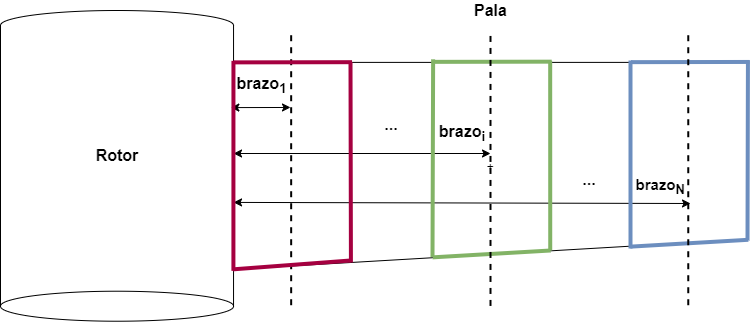
Earlier version of the draw.io export images/explicación brazo.png (josfer98/TFG_turbinas_eolicas). Source tidied: cells renumbered, new cells last; positions are measured from the earlier drawing's top-left corner, leaving out a move shared by most shapes.
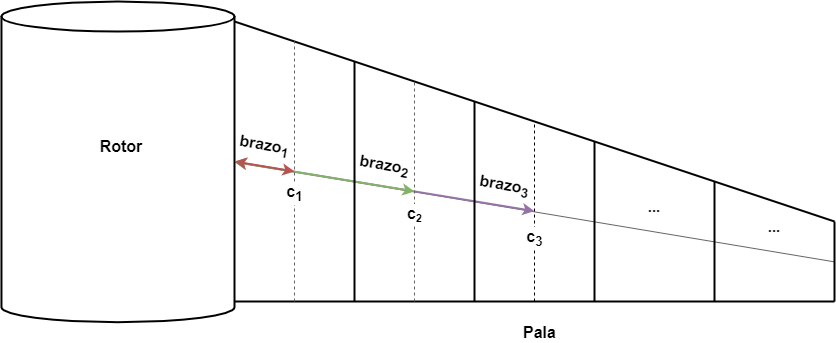
After the change.

Commit message:
Correcciones reu, en rojo por arreglar

Diff of the diagram source:
```diff
@@ -2,138 +2,125 @@
   <root>
     <mxCell id="0" />
     <mxCell id="1" parent="0" />
+    <mxCell id="29" style="endArrow=none;html=1;rounded=0;exitX=1;exitY=0.5;exitDx=0;exitDy=0;exitPerimeter=0;fillColor=#f5f5f5;strokeColor=#666666;" parent="1" edge="1" source="2">
+      <mxGeometry relative="1" as="geometry">
+        <mxPoint x="830" y="270.4" as="targetPoint" />
+      </mxGeometry>
+    </mxCell>
+    <mxCell id="30" style="endArrow=classic;startArrow=classic;html=1;rounded=0;strokeWidth=2;exitX=1;exitY=0.5;exitDx=0;exitDy=0;exitPerimeter=0;fillColor=#e1d5e7;strokeColor=#9673a6;" parent="1" edge="1" source="2">
+      <mxGeometry relative="1" as="geometry">
+        <mxPoint x="530" y="219.6" as="targetPoint" />
+      </mxGeometry>
+    </mxCell>
+    <mxCell id="31" style="endArrow=classic;startArrow=classic;html=1;rounded=0;strokeWidth=2;exitX=1;exitY=0.5;exitDx=0;exitDy=0;exitPerimeter=0;fillColor=#d5e8d4;strokeColor=#82b366;" parent="1" edge="1" source="2">
+      <mxGeometry relative="1" as="geometry">
+        <mxPoint x="410" y="200" as="targetPoint" />
+      </mxGeometry>
+    </mxCell>
-    <mxCell id="2" style="shape=cylinder3;whiteSpace=wrap;html=1;boundedLbl=1;backgroundOutline=1;size=15;rotation=-180;" parent="1" vertex="1">
-      <mxGeometry y="10" width="233" height="310.7" as="geometry" />
+    <mxCell id="2" style="shape=cylinder3;whiteSpace=wrap;html=1;boundedLbl=1;backgroundOutline=1;size=15;rotation=0;strokeWidth=2;" parent="1" vertex="1">
+      <mxGeometry x="-3" y="10" width="233" height="320.7" as="geometry" />
     </mxCell>
-    <mxCell id="3" value="+" style="shape=manualInput;whiteSpace=wrap;html=1;rotation=-180;" parent="1" vertex="1">
-      <mxGeometry x="233" y="61.9" width="514.1" height="206.9" as="geometry" />
-    </mxCell>
-    <mxCell id="4" style="endArrow=none;dashed=1;html=1;strokeWidth=2;rounded=0;" parent="1" edge="1">
-      <mxGeometry relative="1" as="geometry">
-        <mxPoint x="290.7" y="304.7" as="sourcePoint" />
-        <mxPoint x="290.7" y="30.6" as="targetPoint" />
-      </mxGeometry>
-    </mxCell>
-    <mxCell id="5" style="endArrow=classic;startArrow=classic;html=1;rounded=0;" parent="1" edge="1">
-      <mxGeometry relative="1" as="geometry">
-        <mxPoint x="233" y="153" as="sourcePoint" />
-        <mxPoint x="490" y="153" as="targetPoint" />
-      </mxGeometry>
-    </mxCell>
-    <mxCell id="6" style="endArrow=classic;startArrow=classic;html=1;rounded=0;" parent="1" edge="1">
-      <mxGeometry relative="1" as="geometry">
-        <mxPoint x="233" y="201.9" as="sourcePoint" />
-        <mxPoint x="690" y="203" as="targetPoint" />
-      </mxGeometry>
-    </mxCell>
-    <mxCell id="7" value="&lt;font&gt;&lt;b&gt;&lt;font style=&quot;font-size: 16px&quot;&gt;...&lt;/font&gt;&lt;br&gt;&lt;/b&gt;&lt;/font&gt;" style="text;html=1;strokeColor=none;fillColor=none;align=center;verticalAlign=middle;whiteSpace=wrap;rounded=0;rotation=0;" parent="1" vertex="1">
-      <mxGeometry x="350" y="103" width="82.2" height="41.1" as="geometry" />
-    </mxCell>
-    <mxCell id="8" value="&lt;font style=&quot;font-size: 16px&quot;&gt;&lt;b&gt;...&lt;/b&gt;&lt;br&gt;&lt;/font&gt;" style="text;html=1;strokeColor=none;fillColor=none;align=center;verticalAlign=middle;whiteSpace=wrap;rounded=0;rotation=0;" parent="1" vertex="1">
-      <mxGeometry x="547.7" y="158.9" width="82.2" height="41.1" as="geometry" />
-    </mxCell>
-    <mxCell id="9" value="&lt;b style=&quot;font-size: 16px&quot;&gt;brazo&lt;sub&gt;1&lt;/sub&gt;&lt;/b&gt;" style="text;html=1;strokeColor=none;fillColor=none;align=center;verticalAlign=middle;whiteSpace=wrap;rounded=0;fontSize=19;" parent="1" vertex="1">
-      <mxGeometry x="233" y="70" width="57" height="28.1" as="geometry" />
-    </mxCell>
-    <mxCell id="10" value="&lt;b style=&quot;font-size: 16px&quot;&gt;brazo&lt;span&gt;&lt;sub&gt;i&lt;/sub&gt;&lt;/span&gt;&lt;/b&gt;" style="text;html=1;strokeColor=none;fillColor=none;align=center;verticalAlign=middle;whiteSpace=wrap;rounded=0;fontSize=19;" parent="1" vertex="1">
-      <mxGeometry x="432.2" y="117" width="60" height="30" as="geometry" />
-    </mxCell>
-    <mxCell id="11" value="&lt;b style=&quot;font-size: 15px&quot;&gt;brazo&lt;span&gt;&lt;sub&gt;N&lt;/sub&gt;&lt;/span&gt;&lt;/b&gt;" style="text;html=1;strokeColor=none;fillColor=none;align=center;verticalAlign=middle;whiteSpace=wrap;rounded=0;fontSize=19;" parent="1" vertex="1">
-      <mxGeometry x="630" y="170" width="60" height="30" as="geometry" />
-    </mxCell>
-    <mxCell id="12" style="endArrow=classic;startArrow=classic;html=1;rounded=0;" parent="1" edge="1">
-      <mxGeometry relative="1" as="geometry">
-        <mxPoint x="230.3" y="107.1" as="sourcePoint" />
-        <mxPoint x="290" y="107" as="targetPoint" />
-      </mxGeometry>
-    </mxCell>
-    <mxCell id="13" style="endArrow=none;html=1;rounded=0;fillColor=#d80073;strokeColor=#A50040;strokeWidth=4;exitX=0.787;exitY=0.033;exitDx=0;exitDy=0;exitPerimeter=0;" parent="1" edge="1">
-      <mxGeometry relative="1" as="geometry">
-        <mxPoint x="350.4" y="262" as="sourcePoint" />
-        <mxPoint x="350" y="61.9" as="targetPoint" />
-      </mxGeometry>
-    </mxCell>
-    <mxCell id="14" style="endArrow=none;html=1;rounded=0;fillColor=#d80073;strokeColor=#A50040;strokeWidth=4;" parent="1" edge="1">
-      <mxGeometry relative="1" as="geometry">
-        <mxPoint x="232.6" y="268.8" as="sourcePoint" />
-        <mxPoint x="350" y="260" as="targetPoint" />
-      </mxGeometry>
-    </mxCell>
-    <mxCell id="15" style="endArrow=none;html=1;rounded=0;fillColor=#d80073;strokeColor=#A50040;strokeWidth=4;entryX=0.785;entryY=1.001;entryDx=0;entryDy=0;entryPerimeter=0;" parent="1" edge="1">
-      <mxGeometry relative="1" as="geometry">
-        <mxPoint x="233" y="61.9" as="sourcePoint" />
-        <mxPoint x="351.5" y="61.7" as="targetPoint" />
-      </mxGeometry>
-    </mxCell>
-    <mxCell id="16" style="endArrow=none;html=1;rounded=0;fillColor=#d80073;strokeColor=#A50040;strokeWidth=4;" parent="1" edge="1">
-      <mxGeometry relative="1" as="geometry">
-        <mxPoint x="232.9" y="270.4" as="sourcePoint" />
-        <mxPoint x="233" y="60.4" as="targetPoint" />
-      </mxGeometry>
-    </mxCell>
-    <mxCell id="17" style="endArrow=none;html=1;rounded=0;fillColor=#d5e8d4;strokeColor=#82b366;strokeWidth=4;exitX=0.384;exitY=0.091;exitDx=0;exitDy=0;exitPerimeter=0;" parent="1" edge="1" source="3">
-      <mxGeometry relative="1" as="geometry">
-        <mxPoint x="549.7" y="60.4" as="targetPoint" />
-      </mxGeometry>
-    </mxCell>
-    <mxCell id="18" style="endArrow=none;html=1;rounded=0;fillColor=#d5e8d4;strokeColor=#82b366;strokeWidth=4;" parent="1" edge="1">
-      <mxGeometry relative="1" as="geometry">
-        <mxPoint x="432.2" y="256.8" as="sourcePoint" />
-        <mxPoint x="550" y="250" as="targetPoint" />
-      </mxGeometry>
-    </mxCell>
-    <mxCell id="19" style="endArrow=none;html=1;rounded=0;fillColor=#d5e8d4;strokeColor=#82b366;strokeWidth=4;entryX=0.785;entryY=1.001;entryDx=0;entryDy=0;entryPerimeter=0;" parent="1" edge="1">
-      <mxGeometry relative="1" as="geometry">
-        <mxPoint x="432.7" y="61.4" as="sourcePoint" />
-        <mxPoint x="551.2" y="61.2" as="targetPoint" />
-      </mxGeometry>
-    </mxCell>
-    <mxCell id="20" style="endArrow=none;html=1;rounded=0;fillColor=#d5e8d4;strokeColor=#82b366;strokeWidth=4;exitX=0.613;exitY=0.059;exitDx=0;exitDy=0;exitPerimeter=0;" parent="1" edge="1" source="3">
-      <mxGeometry relative="1" as="geometry">
-        <mxPoint x="432.6" y="58.8" as="targetPoint" />
-      </mxGeometry>
-    </mxCell>
-    <mxCell id="21" style="endArrow=none;dashed=1;html=1;strokeWidth=2;rounded=0;shadow=0;" parent="1" edge="1">
-      <mxGeometry relative="1" as="geometry">
-        <mxPoint x="490" y="305.4" as="sourcePoint" />
-        <mxPoint x="490" y="31.3" as="targetPoint" />
-      </mxGeometry>
-    </mxCell>
-    <mxCell id="22" style="endArrow=none;html=1;rounded=0;fillColor=#dae8fc;strokeColor=#6c8ebf;strokeWidth=4;" parent="1" edge="1">
-      <mxGeometry relative="1" as="geometry">
-        <mxPoint x="747" y="240" as="sourcePoint" />
-        <mxPoint x="747.4" y="59.7" as="targetPoint" />
-      </mxGeometry>
-    </mxCell>
-    <mxCell id="23" style="endArrow=none;html=1;rounded=0;fillColor=#dae8fc;strokeColor=#6c8ebf;strokeWidth=4;" parent="1" edge="1">
-      <mxGeometry relative="1" as="geometry">
-        <mxPoint x="630" y="246.1" as="sourcePoint" />
-        <mxPoint x="747.8" y="239.3" as="targetPoint" />
-      </mxGeometry>
-    </mxCell>
-    <mxCell id="24" style="endArrow=none;html=1;rounded=0;fillColor=#dae8fc;strokeColor=#6c8ebf;strokeWidth=4;entryX=0.785;entryY=1.001;entryDx=0;entryDy=0;entryPerimeter=0;" parent="1" edge="1">
-      <mxGeometry relative="1" as="geometry">
-        <mxPoint x="630.5" y="61.6" as="sourcePoint" />
-        <mxPoint x="749" y="61.4" as="targetPoint" />
-      </mxGeometry>
-    </mxCell>
-    <mxCell id="25" style="endArrow=none;html=1;rounded=0;fillColor=#dae8fc;strokeColor=#6c8ebf;strokeWidth=4;" parent="1" edge="1">
-      <mxGeometry relative="1" as="geometry">
-        <mxPoint x="630" y="248" as="sourcePoint" />
-        <mxPoint x="630" y="60" as="targetPoint" />
-      </mxGeometry>
-    </mxCell>
-    <mxCell id="26" style="endArrow=none;dashed=1;html=1;strokeWidth=2;rounded=0;shadow=0;" parent="1" edge="1">
-      <mxGeometry relative="1" as="geometry">
-        <mxPoint x="687.8" y="304.7" as="sourcePoint" />
-        <mxPoint x="687.8" y="30.6" as="targetPoint" />
-      </mxGeometry>
-    </mxCell>
     <mxCell id="27" value="&lt;font style=&quot;font-size: 16px&quot;&gt;&lt;b&gt;Rotor&lt;br&gt;&lt;/b&gt;&lt;/font&gt;" style="text;html=1;strokeColor=none;fillColor=none;align=center;verticalAlign=middle;whiteSpace=wrap;rounded=0;" parent="1" vertex="1">
       <mxGeometry x="86.5" y="140" width="60" height="30" as="geometry" />
     </mxCell>
     <mxCell id="28" value="&lt;b&gt;Pala&lt;/b&gt;" style="text;html=1;align=center;verticalAlign=middle;strokeColor=none;fillColor=none;fontSize=16;" parent="1" vertex="1">
-      <mxGeometry x="465.1" width="50" height="20" as="geometry" />
+      <mxGeometry x="510" y="330.7" width="50" height="20" as="geometry" />
     </mxCell>
+    <mxCell id="32" style="endArrow=none;html=1;rounded=0;strokeWidth=2;" parent="1" edge="1">
+      <mxGeometry relative="1" as="geometry">
+        <mxPoint x="230" y="310" as="sourcePoint" />
+        <mxPoint x="830" y="310" as="targetPoint" />
+      </mxGeometry>
+    </mxCell>
+    <mxCell id="33" style="endArrow=none;html=1;rounded=0;strokeWidth=2;" parent="1" edge="1">
+      <mxGeometry relative="1" as="geometry">
+        <mxPoint x="230" y="30" as="sourcePoint" />
+        <mxPoint x="830" y="230" as="targetPoint" />
+      </mxGeometry>
+    </mxCell>
+    <mxCell id="34" style="endArrow=none;html=1;rounded=0;strokeWidth=2;" parent="1" edge="1">
+      <mxGeometry relative="1" as="geometry">
+        <mxPoint x="830" y="230" as="sourcePoint" />
+        <mxPoint x="830" y="310" as="targetPoint" />
+      </mxGeometry>
+    </mxCell>
+    <mxCell id="35" style="endArrow=none;html=1;rounded=0;strokeWidth=2;" parent="1" edge="1">
+      <mxGeometry relative="1" as="geometry">
+        <mxPoint x="350" y="310" as="sourcePoint" />
+        <mxPoint x="350" y="70" as="targetPoint" />
+      </mxGeometry>
+    </mxCell>
+    <mxCell id="36" style="endArrow=none;html=1;rounded=0;strokeWidth=2;" parent="1" edge="1">
+      <mxGeometry relative="1" as="geometry">
+        <mxPoint x="470" y="310" as="sourcePoint" />
+        <mxPoint x="470" y="110" as="targetPoint" />
+      </mxGeometry>
+    </mxCell>
+    <mxCell id="37" style="endArrow=none;html=1;rounded=0;strokeWidth=2;" parent="1" edge="1">
+      <mxGeometry relative="1" as="geometry">
+        <mxPoint x="590" y="310" as="sourcePoint" />
+        <mxPoint x="590" y="150" as="targetPoint" />
+      </mxGeometry>
+    </mxCell>
+    <mxCell id="38" style="endArrow=none;html=1;rounded=0;strokeWidth=2;" parent="1" edge="1">
+      <mxGeometry relative="1" as="geometry">
+        <mxPoint x="710" y="310" as="sourcePoint" />
+        <mxPoint x="710" y="190" as="targetPoint" />
+      </mxGeometry>
+    </mxCell>
+    <mxCell id="39" style="endArrow=classic;startArrow=classic;html=1;rounded=0;strokeWidth=2;fillColor=#f8cecc;strokeColor=#b85450;" parent="1" edge="1">
+      <mxGeometry relative="1" as="geometry">
+        <mxPoint x="230" y="170" as="sourcePoint" />
+        <mxPoint x="290" y="180" as="targetPoint" />
+      </mxGeometry>
+    </mxCell>
+    <mxCell id="40" style="endArrow=none;dashed=1;html=1;rounded=0;strokeWidth=1;fillColor=#f5f5f5;strokeColor=#666666;" parent="1" edge="1">
+      <mxGeometry relative="1" as="geometry">
+        <mxPoint x="290" y="310" as="sourcePoint" />
+        <mxPoint x="290" y="50" as="targetPoint" />
+      </mxGeometry>
+    </mxCell>
+    <mxCell id="41" value="&lt;b&gt;c&lt;sub&gt;1&lt;/sub&gt;&lt;/b&gt;" style="edgeLabel;html=1;align=center;verticalAlign=middle;fontSize=16;" parent="40" vertex="1">
+      <mxGeometry x="-0.17" y="1" relative="1" as="geometry">
+        <mxPoint x="1" as="offset" />
+      </mxGeometry>
+    </mxCell>
+    <mxCell id="42" style="endArrow=none;dashed=1;html=1;rounded=0;strokeWidth=1;fillColor=#f5f5f5;strokeColor=#666666;" parent="1" edge="1">
+      <mxGeometry relative="1" as="geometry">
+        <mxPoint x="410" y="310" as="sourcePoint" />
+        <mxPoint x="410" y="90" as="targetPoint" />
+      </mxGeometry>
+    </mxCell>
+    <mxCell id="43" value="&lt;b&gt;c&lt;span style=&quot;font-size: 13.3333px&quot;&gt;&lt;sub&gt;2&lt;/sub&gt;&lt;/span&gt;&lt;/b&gt;" style="edgeLabel;html=1;align=center;verticalAlign=middle;fontSize=16;" parent="42" vertex="1">
+      <mxGeometry x="-0.2" y="1" relative="1" as="geometry">
+        <mxPoint x="1" as="offset" />
+      </mxGeometry>
+    </mxCell>
+    <mxCell id="44" style="endArrow=none;dashed=1;html=1;rounded=0;strokeWidth=1;" parent="1" edge="1">
+      <mxGeometry relative="1" as="geometry">
+        <mxPoint x="530" y="310" as="sourcePoint" />
+        <mxPoint x="530" y="130" as="targetPoint" />
+      </mxGeometry>
+    </mxCell>
+    <mxCell id="45" value="&lt;b&gt;c&lt;sub&gt;3&lt;/sub&gt;&lt;/b&gt;" style="edgeLabel;html=1;align=center;verticalAlign=middle;fontSize=16;" parent="44" vertex="1">
+      <mxGeometry x="-0.29" y="1" relative="1" as="geometry">
+        <mxPoint x="1" as="offset" />
+      </mxGeometry>
+    </mxCell>
+    <mxCell id="46" value="&lt;b&gt;&lt;font style=&quot;font-size: 15px&quot;&gt;...&lt;/font&gt;&lt;/b&gt;" style="text;html=1;strokeColor=none;fillColor=none;align=center;verticalAlign=middle;whiteSpace=wrap;rounded=0;" parent="1" vertex="1">
+      <mxGeometry x="620" y="200" width="60" height="30" as="geometry" />
+    </mxCell>
+    <mxCell id="47" value="&lt;b&gt;&lt;font style=&quot;font-size: 15px&quot;&gt;...&lt;/font&gt;&lt;/b&gt;" style="text;html=1;strokeColor=none;fillColor=none;align=center;verticalAlign=middle;whiteSpace=wrap;rounded=0;" parent="1" vertex="1">
+      <mxGeometry x="740" y="220" width="60" height="30" as="geometry" />
+    </mxCell>
+    <mxCell id="9" value="&lt;b style=&quot;font-size: 16px&quot;&gt;brazo&lt;sub&gt;1&lt;/sub&gt;&lt;/b&gt;" style="text;html=1;strokeColor=none;fillColor=none;align=center;verticalAlign=middle;whiteSpace=wrap;rounded=0;fontSize=15;rotation=10;" parent="1" vertex="1">
+      <mxGeometry x="230" y="140" width="60" height="30" as="geometry" />
+    </mxCell>
+    <mxCell id="48" value="&lt;b style=&quot;font-size: 16px&quot;&gt;brazo&lt;span&gt;&lt;sub&gt;2&lt;/sub&gt;&lt;/span&gt;&lt;/b&gt;" style="text;html=1;strokeColor=none;fillColor=none;align=center;verticalAlign=middle;whiteSpace=wrap;rounded=0;fontSize=15;rotation=10;" parent="1" vertex="1">
+      <mxGeometry x="350" y="160" width="60" height="30" as="geometry" />
+    </mxCell>
+    <mxCell id="49" value="&lt;b style=&quot;font-size: 16px&quot;&gt;brazo&lt;span&gt;&lt;sub&gt;3&lt;/sub&gt;&lt;/span&gt;&lt;/b&gt;" style="text;html=1;strokeColor=none;fillColor=none;align=center;verticalAlign=middle;whiteSpace=wrap;rounded=0;fontSize=15;rotation=10;" parent="1" vertex="1">
+      <mxGeometry x="470" y="180" width="60" height="30" as="geometry" />
+    </mxCell>
   </root>
 </mxGraphModel>
```
